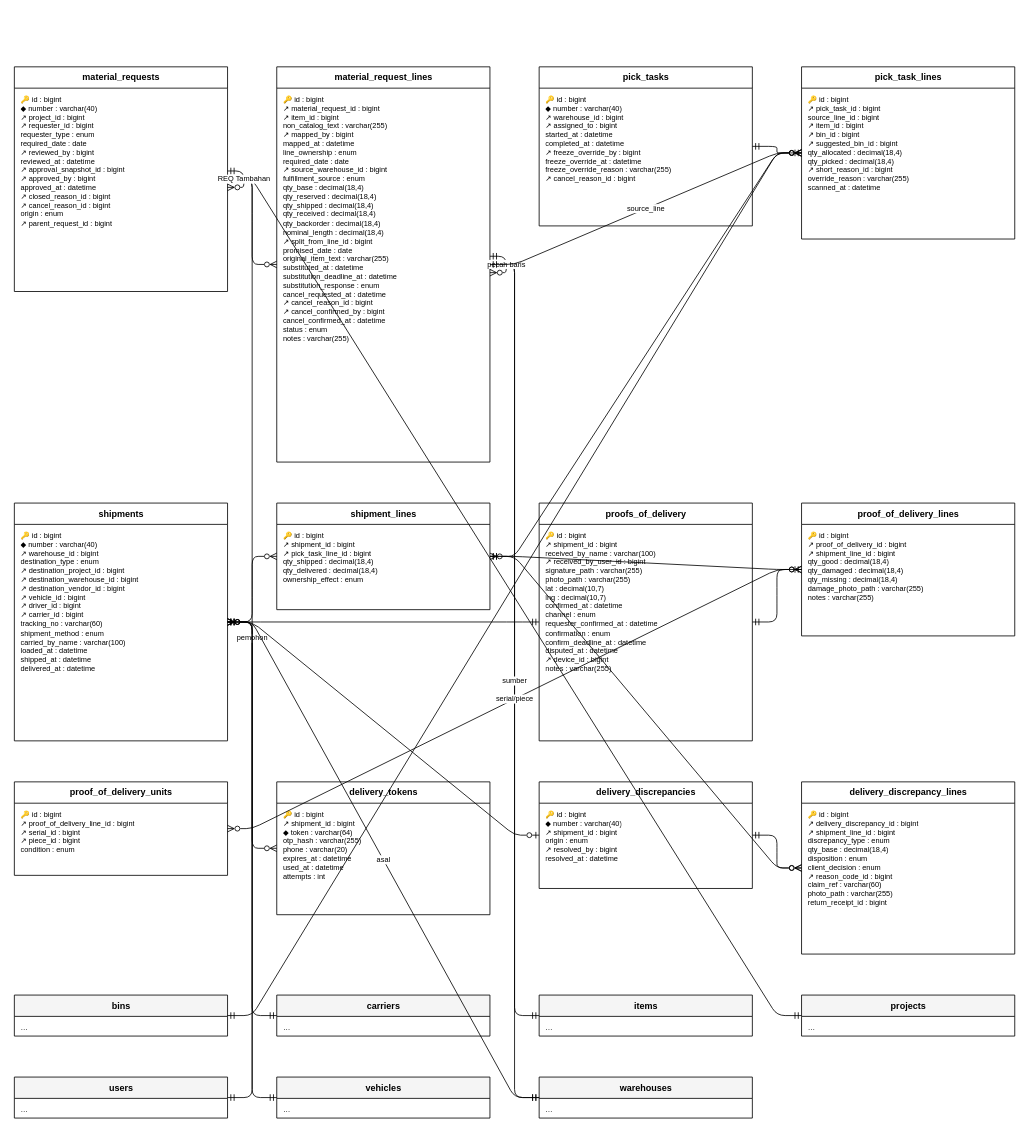
HengkyDarmawan/wms keeps this draw.io diagram as docs/diagram/erd-outbound.drawio. Above is the earlier version. Source tidied: cells renumbered, new cells numbered last; positions are measured from the earlier drawing's top-left corner, leaving out a move shared by most shapes. Both pictures are drawn from the tidied source at 82%, with x=0, y=0 at pixel (14, 66).
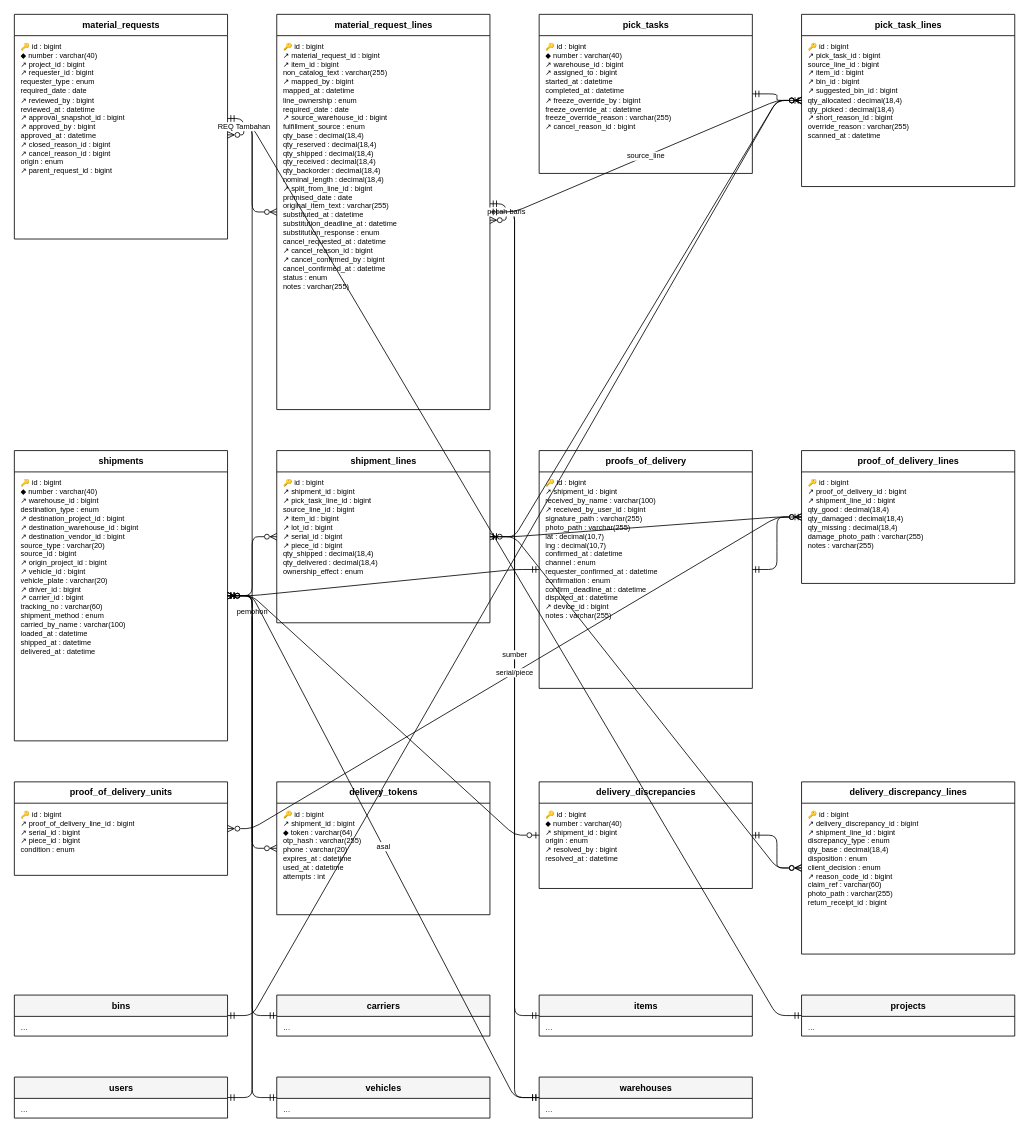
After the change.

What changed in the source:
```diff
@@
     <mxCell id="2" value="material_requests" style="swimlane;fontStyle=1;horizontal=1;startSize=26;html=1;fontSize=11;fillColor=#FFFFFF;" parent="1" vertex="1">
-      <mxGeometry width="260" height="274" as="geometry" />
+      <mxGeometry y="-64" width="260" height="274" as="geometry" />
     </mxCell>
@@
     <mxCell id="4" value="material_request_lines" style="swimlane;fontStyle=1;horizontal=1;startSize=26;html=1;fontSize=11;fillColor=#FFFFFF;" parent="1" vertex="1">
-      <mxGeometry x="320" width="260" height="482" as="geometry" />
+      <mxGeometry x="320" y="-64" width="260" height="482" as="geometry" />
     </mxCell>
@@
     <mxCell id="6" value="pick_tasks" style="swimlane;fontStyle=1;horizontal=1;startSize=26;html=1;fontSize=11;fillColor=#FFFFFF;" parent="1" vertex="1">
-      <mxGeometry x="640" width="260" height="194" as="geometry" />
+      <mxGeometry x="640" y="-64" width="260" height="194" as="geometry" />
     </mxCell>
@@
     <mxCell id="8" value="pick_task_lines" style="swimlane;fontStyle=1;horizontal=1;startSize=26;html=1;fontSize=11;fillColor=#FFFFFF;" parent="1" vertex="1">
-      <mxGeometry x="960" width="260" height="210" as="geometry" />
+      <mxGeometry x="960" y="-64" width="260" height="210" as="geometry" />
     </mxCell>
@@
     <mxCell id="10" value="shipments" style="swimlane;fontStyle=1;horizontal=1;startSize=26;html=1;fontSize=11;fillColor=#FFFFFF;" parent="1" vertex="1">
-      <mxGeometry y="532" width="260" height="290" as="geometry" />
+      <mxGeometry y="468" width="260" height="354" as="geometry" />
     </mxCell>
-    <mxCell id="11" value="🔑 id : bigint&lt;br&gt;◆ number : varchar(40)&lt;br&gt;↗ warehouse_id : bigint&lt;br&gt;destination_type : enum&lt;br&gt;↗ destination_project_id : bigint&lt;br&gt;↗ destination_warehouse_id : bigint&lt;br&gt;↗ destination_vendor_id : bigint&lt;br&gt;↗ vehicle_id : bigint&lt;br&gt;↗ driver_id : bigint&lt;br&gt;↗ carrier_id : bigint&lt;br&gt;tracking_no : varchar(60)&lt;br&gt;shipment_method : enum&lt;br&gt;carried_by_name : varchar(100)&lt;br&gt;loaded_at : datetime&lt;br&gt;shipped_at : datetime&lt;br&gt;delivered_at : datetime" style="text;html=1;strokeColor=none;fillColor=none;align=left;verticalAlign=top;spacingLeft=6;spacingTop=2;fontSize=9;whiteSpace=wrap;overflow=hidden;" parent="10" vertex="1">
-      <mxGeometry y="26" width="260" height="264" as="geometry" />
+    <mxCell id="11" value="🔑 id : bigint&lt;br&gt;◆ number : varchar(40)&lt;br&gt;↗ warehouse_id : bigint&lt;br&gt;destination_type : enum&lt;br&gt;↗ destination_project_id : bigint&lt;br&gt;↗ destination_warehouse_id : bigint&lt;br&gt;↗ destination_vendor_id : bigint&lt;br&gt;source_type : varchar(20)&lt;br&gt;source_id : bigint&lt;br&gt;↗ origin_project_id : bigint&lt;br&gt;↗ vehicle_id : bigint&lt;br&gt;vehicle_plate : varchar(20)&lt;br&gt;↗ driver_id : bigint&lt;br&gt;↗ carrier_id : bigint&lt;br&gt;tracking_no : varchar(60)&lt;br&gt;shipment_method : enum&lt;br&gt;carried_by_name : varchar(100)&lt;br&gt;loaded_at : datetime&lt;br&gt;shipped_at : datetime&lt;br&gt;delivered_at : datetime" style="text;html=1;strokeColor=none;fillColor=none;align=left;verticalAlign=top;spacingLeft=6;spacingTop=2;fontSize=9;whiteSpace=wrap;overflow=hidden;" parent="10" vertex="1">
+      <mxGeometry y="26" width="260" height="328" as="geometry" />
     </mxCell>
     <mxCell id="12" value="shipment_lines" style="swimlane;fontStyle=1;horizontal=1;startSize=26;html=1;fontSize=11;fillColor=#FFFFFF;" parent="1" vertex="1">
-      <mxGeometry x="320" y="532" width="260" height="130" as="geometry" />
+      <mxGeometry x="320" y="468" width="260" height="210" as="geometry" />
     </mxCell>
-    <mxCell id="13" value="🔑 id : bigint&lt;br&gt;↗ shipment_id : bigint&lt;br&gt;↗ pick_task_line_id : bigint&lt;br&gt;qty_shipped : decimal(18,4)&lt;br&gt;qty_delivered : decimal(18,4)&lt;br&gt;ownership_effect : enum" style="text;html=1;strokeColor=none;fillColor=none;align=left;verticalAlign=top;spacingLeft=6;spacingTop=2;fontSize=9;whiteSpace=wrap;overflow=hidden;" parent="12" vertex="1">
-      <mxGeometry y="26" width="260" height="104" as="geometry" />
+    <mxCell id="13" value="🔑 id : bigint&lt;br&gt;↗ shipment_id : bigint&lt;br&gt;↗ pick_task_line_id : bigint&lt;br&gt;source_line_id : bigint&lt;br&gt;↗ item_id : bigint&lt;br&gt;↗ lot_id : bigint&lt;br&gt;↗ serial_id : bigint&lt;br&gt;↗ piece_id : bigint&lt;br&gt;qty_shipped : decimal(18,4)&lt;br&gt;qty_delivered : decimal(18,4)&lt;br&gt;ownership_effect : enum" style="text;html=1;strokeColor=none;fillColor=none;align=left;verticalAlign=top;spacingLeft=6;spacingTop=2;fontSize=9;whiteSpace=wrap;overflow=hidden;" parent="12" vertex="1">
+      <mxGeometry y="26" width="260" height="184" as="geometry" />
     </mxCell>
     <mxCell id="14" value="proofs_of_delivery" style="swimlane;fontStyle=1;horizontal=1;startSize=26;html=1;fontSize=11;fillColor=#FFFFFF;" parent="1" vertex="1">
-      <mxGeometry x="640" y="532" width="260" height="290" as="geometry" />
+      <mxGeometry x="640" y="468" width="260" height="290" as="geometry" />
     </mxCell>
@@
     <mxCell id="16" value="proof_of_delivery_lines" style="swimlane;fontStyle=1;horizontal=1;startSize=26;html=1;fontSize=11;fillColor=#FFFFFF;" parent="1" vertex="1">
-      <mxGeometry x="960" y="532" width="260" height="162" as="geometry" />
+      <mxGeometry x="960" y="468" width="260" height="162" as="geometry" />
     </mxCell>
```
